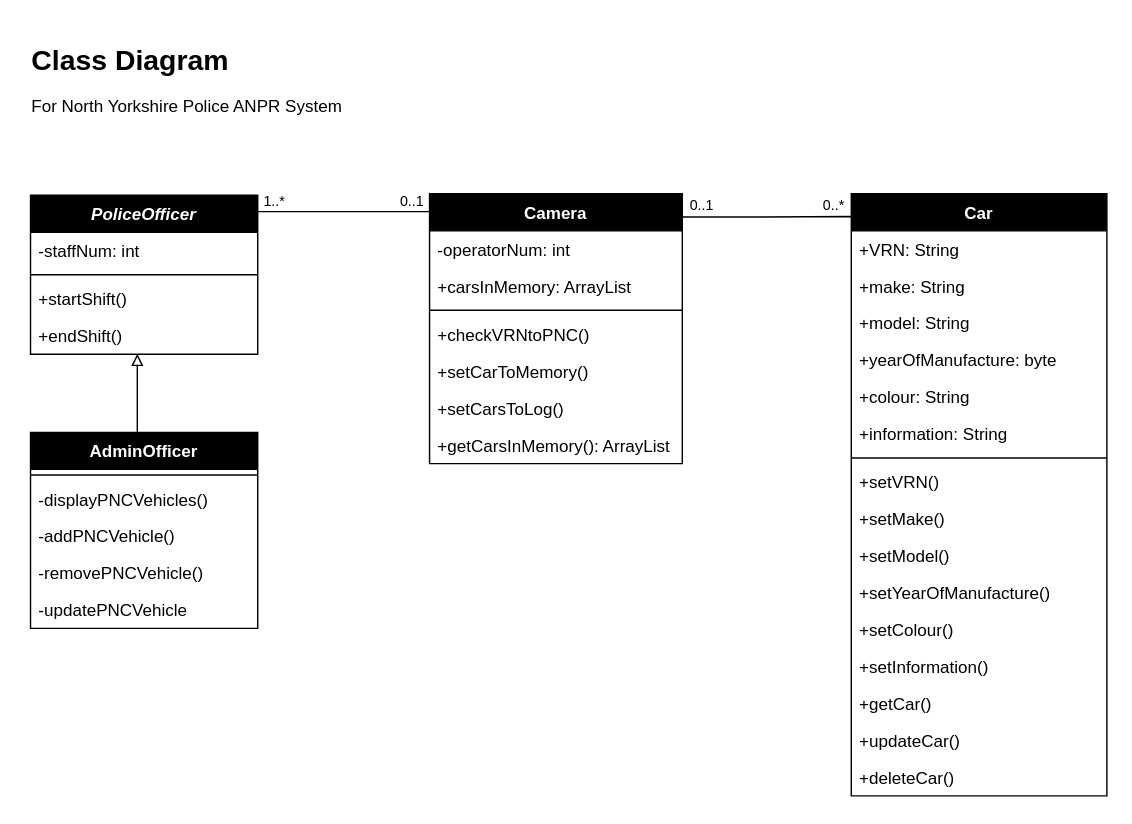
This is page "class_diagrams" (3 of 4) of diagrams.drawio from TaraRhoseyn/police-anpr-system, a draw.io file, before an edit. Source tidied: cells renumbered, new cells numbered last; positions are measured from the earlier drawing's top-left corner, leaving out a move shared by most shapes. Both pictures are drawn from the tidied source at 142%, with x=0, y=0 at pixel (24, 38).
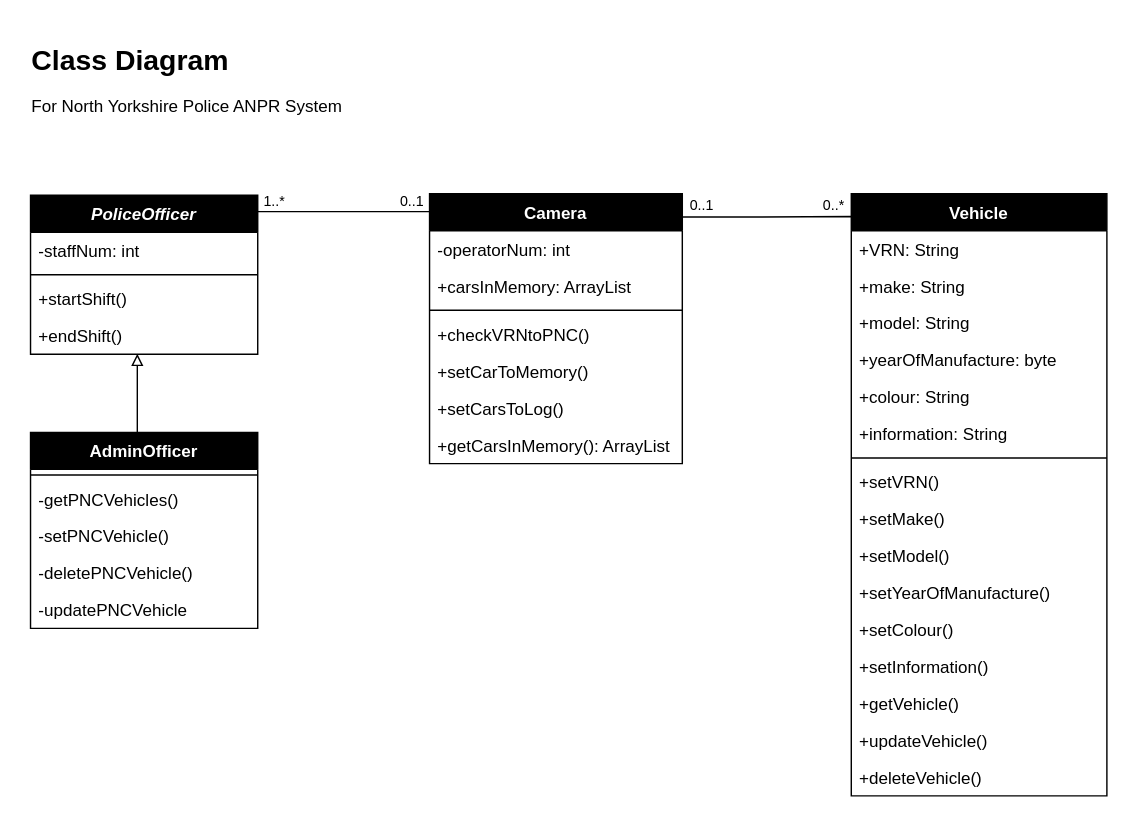
The same diagram, later.

The change refers to these unchanged cells:
```xml
<mxCell id="3" value="AdminOfficer" style="swimlane;fontStyle=1;align=center;verticalAlign=top;horizontal=1;startSize=26;fillColor=#000000;fontColor=#FFFFFF;" parent="1" vertex="1">
  <mxGeometry x="4" y="277" width="160" height="138" as="geometry" />
</mxCell>
```

Change to the diagram source:
```diff
@@
-    <mxCell id="5" value="-displayPNCVehicles()" style="text;strokeColor=none;fillColor=none;align=left;verticalAlign=top;spacingLeft=4;spacingRight=4;overflow=hidden;" parent="3" vertex="1">
+    <mxCell id="5" value="-getPNCVehicles()" style="text;strokeColor=none;fillColor=none;align=left;verticalAlign=top;spacingLeft=4;spacingRight=4;overflow=hidden;" parent="3" vertex="1">
       <mxGeometry y="34" width="160" height="26" as="geometry" />
     </mxCell>
-    <mxCell id="6" value="-addPNCVehicle()" style="text;strokeColor=none;fillColor=none;align=left;verticalAlign=top;spacingLeft=4;spacingRight=4;overflow=hidden;" parent="3" vertex="1">
+    <mxCell id="6" value="-setPNCVehicle()" style="text;strokeColor=none;fillColor=none;align=left;verticalAlign=top;spacingLeft=4;spacingRight=4;overflow=hidden;" parent="3" vertex="1">
       <mxGeometry y="60" width="160" height="26" as="geometry" />
     </mxCell>
-    <mxCell id="7" value="-removePNCVehicle()" style="text;strokeColor=none;fillColor=none;align=left;verticalAlign=top;spacingLeft=4;spacingRight=4;overflow=hidden;" parent="3" vertex="1">
+    <mxCell id="7" value="-deletePNCVehicle()" style="text;strokeColor=none;fillColor=none;align=left;verticalAlign=top;spacingLeft=4;spacingRight=4;overflow=hidden;" parent="3" vertex="1">
       <mxGeometry y="86" width="160" height="26" as="geometry" />
     </mxCell>
@@
-    <mxCell id="18" value="Car" style="swimlane;fontStyle=1;align=center;verticalAlign=top;horizontal=1;startSize=26;fontColor=#FFFFFF;fillColor=#000000;" parent="1" vertex="1">
+    <mxCell id="18" value="Vehicle" style="swimlane;fontStyle=1;align=center;verticalAlign=top;horizontal=1;startSize=26;fontColor=#FFFFFF;fillColor=#000000;" parent="1" vertex="1">
       <mxGeometry x="582" y="109" width="180" height="424" as="geometry" />
     </mxCell>
@@
-    <mxCell id="32" value="+getCar()" style="text;strokeColor=none;fillColor=none;align=left;verticalAlign=top;spacingLeft=4;spacingRight=4;overflow=hidden;fontColor=default;" parent="18" vertex="1">
+    <mxCell id="32" value="+getVehicle()" style="text;strokeColor=none;fillColor=none;align=left;verticalAlign=top;spacingLeft=4;spacingRight=4;overflow=hidden;fontColor=default;" parent="18" vertex="1">
       <mxGeometry y="346" width="180" height="26" as="geometry" />
     </mxCell>
-    <mxCell id="33" value="+updateCar()" style="text;strokeColor=none;fillColor=none;align=left;verticalAlign=top;spacingLeft=4;spacingRight=4;overflow=hidden;fontColor=default;" parent="18" vertex="1">
+    <mxCell id="33" value="+updateVehicle()" style="text;strokeColor=none;fillColor=none;align=left;verticalAlign=top;spacingLeft=4;spacingRight=4;overflow=hidden;fontColor=default;" parent="18" vertex="1">
       <mxGeometry y="372" width="180" height="26" as="geometry" />
     </mxCell>
-    <mxCell id="34" value="+deleteCar()" style="text;strokeColor=none;fillColor=none;align=left;verticalAlign=top;spacingLeft=4;spacingRight=4;overflow=hidden;fontColor=default;" parent="18" vertex="1">
+    <mxCell id="34" value="+deleteVehicle()" style="text;strokeColor=none;fillColor=none;align=left;verticalAlign=top;spacingLeft=4;spacingRight=4;overflow=hidden;fontColor=default;" parent="18" vertex="1">
       <mxGeometry y="398" width="180" height="26" as="geometry" />
     </mxCell>
```
